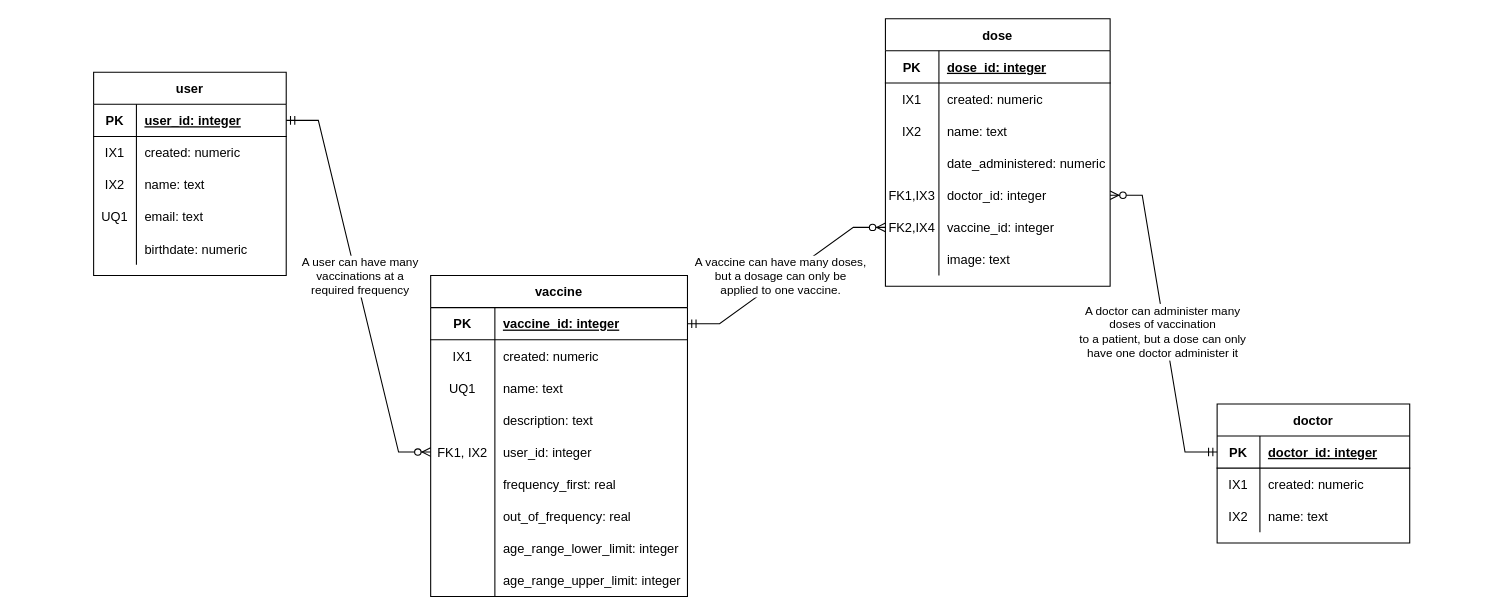
Earlier version of the draw.io diagram page "Version 5" (1 of 2) of docs/work/erd.drawio (ddc-java-14/vaccination-pocket-keeper). Source tidied: cells renumbered, new cells numbered last; positions are measured from the earlier drawing's top-left corner, leaving out a move shared by most shapes. Both pictures are drawn from the tidied source at 107%, with x=0, y=0 at pixel (93, 18).
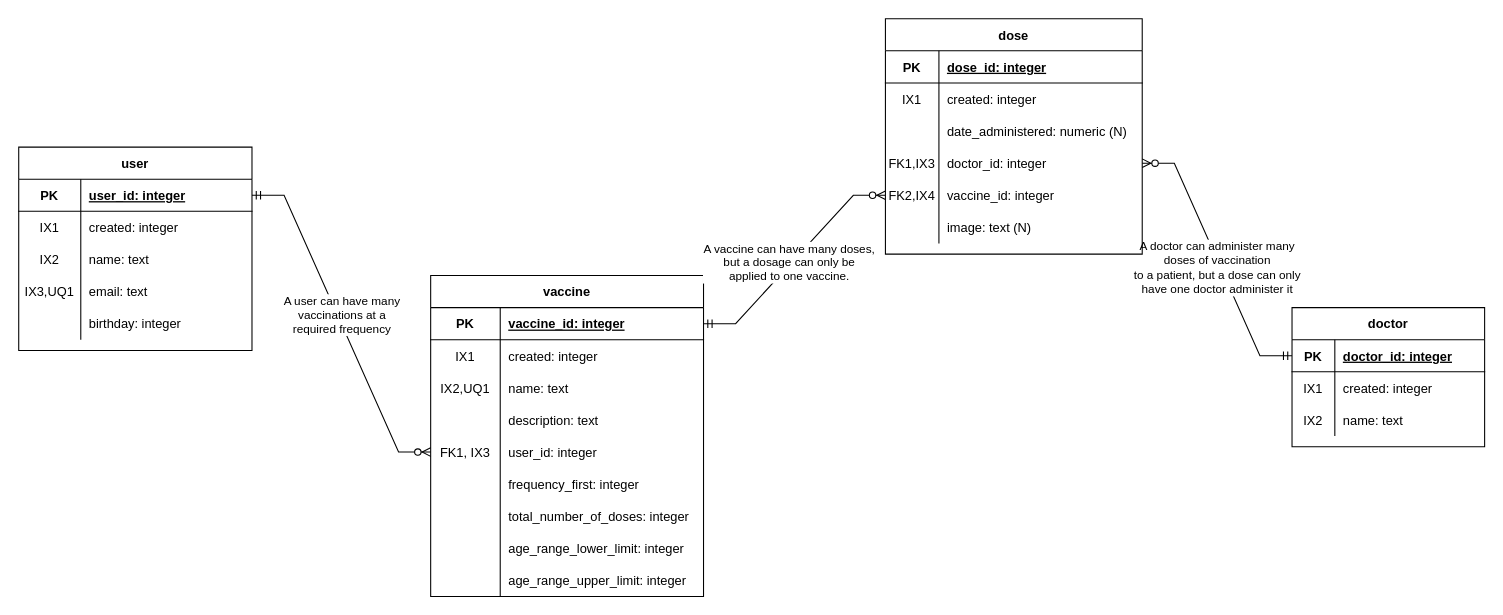
After the change.

Commit message (it also covers changes not shown here):
Updated ERD documentation to match Entities

The change refers to these unchanged cells:
```xml
<mxCell id="52" style="shape=partialRectangle;fillColor=none;top=0;left=0;bottom=0;right=0;" parent="48" vertex="1">
  <mxGeometry y="60" width="180" height="30" as="geometry" />
</mxCell>
```

Diff of the diagram source:
```diff
@@
     <mxCell id="2" value="user" style="shape=table;startSize=30;childLayout=tableLayout;rowLines=0;fontStyle=1;align=center;" parent="1" vertex="1">
-      <mxGeometry y="50" width="180" height="190" as="geometry" />
+      <mxGeometry x="-70" y="120" width="218" height="190" as="geometry" />
     </mxCell>
     <mxCell id="3" style="shape=partialRectangle;fillColor=none;top=0;left=0;bottom=1;right=0;points=[[0,0.5],[1,0.5]];portConstraint=eastwest;" parent="2" vertex="1">
-      <mxGeometry y="30" width="180" height="30" as="geometry" />
+      <mxGeometry y="30" width="218" height="30" as="geometry" />
     </mxCell>
     <mxCell id="4" value="PK" style="shape=partialRectangle;fillColor=none;top=0;left=0;bottom=0;right=0;fontStyle=1;overflow=hidden;" parent="3" vertex="1">
-      <mxGeometry width="40" height="30" as="geometry" />
+      <mxGeometry width="58" height="30" as="geometry" />
     </mxCell>
     <mxCell id="5" value="user_id: integer" style="shape=partialRectangle;fillColor=none;top=0;left=0;bottom=0;right=0;align=left;spacingLeft=6;fontStyle=5;overflow=hidden;" parent="3" vertex="1">
-      <mxGeometry x="40" width="140" height="30" as="geometry" />
+      <mxGeometry x="58" width="160" height="30" as="geometry" />
     </mxCell>
     <mxCell id="6" style="shape=partialRectangle;fillColor=none;top=0;left=0;bottom=0;right=0;" parent="2" vertex="1">
-      <mxGeometry y="60" width="180" height="30" as="geometry" />
+      <mxGeometry y="60" width="218" height="30" as="geometry" />
     </mxCell>
     <mxCell id="7" value="IX1" style="shape=partialRectangle;fillColor=none;top=0;left=0;bottom=0;right=0;overflow=hidden;" parent="6" vertex="1">
-      <mxGeometry width="40" height="30" as="geometry" />
+      <mxGeometry width="58" height="30" as="geometry" />
     </mxCell>
-    <mxCell id="8" value="created: numeric" style="shape=partialRectangle;fillColor=none;top=0;left=0;bottom=0;right=0;align=left;spacingLeft=6;overflow=hidden;" parent="6" vertex="1">
-      <mxGeometry x="40" width="140" height="30" as="geometry" />
+    <mxCell id="8" value="created: integer" style="shape=partialRectangle;fillColor=none;top=0;left=0;bottom=0;right=0;align=left;spacingLeft=6;overflow=hidden;" parent="6" vertex="1">
+      <mxGeometry x="58" width="160" height="30" as="geometry" />
     </mxCell>
     <mxCell id="9" style="shape=partialRectangle;fillColor=none;top=0;left=0;bottom=0;right=0;" parent="2" vertex="1">
-      <mxGeometry y="90" width="180" height="30" as="geometry" />
+      <mxGeometry y="90" width="218" height="30" as="geometry" />
     </mxCell>
     <mxCell id="10" value="IX2" style="shape=partialRectangle;fillColor=none;top=0;left=0;bottom=0;right=0;overflow=hidden;" parent="9" vertex="1">
-      <mxGeometry width="40" height="30" as="geometry" />
+      <mxGeometry width="58" height="30" as="geometry" />
     </mxCell>
     <mxCell id="11" value="name: text" style="shape=partialRectangle;fillColor=none;top=0;left=0;bottom=0;right=0;align=left;spacingLeft=6;overflow=hidden;" parent="9" vertex="1">
-      <mxGeometry x="40" width="140" height="30" as="geometry" />
+      <mxGeometry x="58" width="160" height="30" as="geometry" />
     </mxCell>
     <mxCell id="12" style="shape=partialRectangle;fillColor=none;top=0;left=0;bottom=0;right=0;" parent="2" vertex="1">
-      <mxGeometry y="120" width="180" height="30" as="geometry" />
+      <mxGeometry y="120" width="218" height="30" as="geometry" />
     </mxCell>
-    <mxCell id="13" value="UQ1" style="shape=partialRectangle;fillColor=none;top=0;left=0;bottom=0;right=0;overflow=hidden;" parent="12" vertex="1">
-      <mxGeometry width="40" height="30" as="geometry" />
+    <mxCell id="13" value="IX3,UQ1" style="shape=partialRectangle;fillColor=none;top=0;left=0;bottom=0;right=0;overflow=hidden;" parent="12" vertex="1">
+      <mxGeometry width="58" height="30" as="geometry" />
     </mxCell>
     <mxCell id="14" value="email: text" style="shape=partialRectangle;fillColor=none;top=0;left=0;bottom=0;right=0;align=left;spacingLeft=6;overflow=hidden;" parent="12" vertex="1">
-      <mxGeometry x="40" width="140" height="30" as="geometry" />
+      <mxGeometry x="58" width="160" height="30" as="geometry" />
     </mxCell>
     <mxCell id="15" style="shape=partialRectangle;fillColor=none;top=0;left=0;bottom=0;right=0;" parent="2" vertex="1">
-      <mxGeometry y="150" width="180" height="30" as="geometry" />
+      <mxGeometry y="150" width="218" height="30" as="geometry" />
     </mxCell>
     <mxCell id="16" style="shape=partialRectangle;fillColor=none;top=0;left=0;bottom=0;right=0;overflow=hidden;" parent="15" vertex="1">
-      <mxGeometry width="40" height="30" as="geometry" />
+      <mxGeometry width="58" height="30" as="geometry" />
     </mxCell>
-    <mxCell id="17" value="birthdate: numeric" style="shape=partialRectangle;fillColor=none;top=0;left=0;bottom=0;right=0;align=left;spacingLeft=6;overflow=hidden;" parent="15" vertex="1">
-      <mxGeometry x="40" width="140" height="30" as="geometry" />
+    <mxCell id="17" value="birthday: integer" style="shape=partialRectangle;fillColor=none;top=0;left=0;bottom=0;right=0;align=left;spacingLeft=6;overflow=hidden;" parent="15" vertex="1">
+      <mxGeometry x="58" width="160" height="30" as="geometry" />
     </mxCell>
     <mxCell id="18" value="vaccine" style="shape=table;startSize=30;childLayout=tableLayout;rowLines=0;fontStyle=1;align=center;" parent="1" vertex="1">
-      <mxGeometry x="315" y="240" width="240" height="300" as="geometry" />
+      <mxGeometry x="315" y="240" width="255" height="300" as="geometry" />
     </mxCell>
     <mxCell id="19" style="shape=partialRectangle;fillColor=none;top=0;left=0;bottom=1;right=0;points=[[0,0.5],[1,0.5]];portConstraint=eastwest;" parent="18" vertex="1">
-      <mxGeometry y="30" width="240" height="30" as="geometry" />
+      <mxGeometry y="30" width="255" height="30" as="geometry" />
     </mxCell>
     <mxCell id="20" value="PK" style="shape=partialRectangle;fillColor=none;top=0;left=0;bottom=0;right=0;fontStyle=1;overflow=hidden;" parent="19" vertex="1">
-      <mxGeometry width="60" height="30" as="geometry" />
+      <mxGeometry width="65" height="30" as="geometry" />
     </mxCell>
     <mxCell id="21" value="vaccine_id: integer" style="shape=partialRectangle;fillColor=none;top=0;left=0;bottom=0;right=0;align=left;spacingLeft=6;fontStyle=5;overflow=hidden;" parent="19" vertex="1">
-      <mxGeometry x="60" width="180" height="30" as="geometry" />
+      <mxGeometry x="65" width="190" height="30" as="geometry" />
     </mxCell>
     <mxCell id="22" style="shape=partialRectangle;fillColor=none;top=0;left=0;bottom=0;right=0;" parent="18" vertex="1">
-      <mxGeometry y="60" width="240" height="30" as="geometry" />
+      <mxGeometry y="60" width="255" height="30" as="geometry" />
     </mxCell>
     <mxCell id="23" value="IX1" style="shape=partialRectangle;fillColor=none;top=0;left=0;bottom=0;right=0;overflow=hidden;" parent="22" vertex="1">
-      <mxGeometry width="60" height="30" as="geometry" />
+      <mxGeometry width="65" height="30" as="geometry" />
     </mxCell>
-    <mxCell id="24" value="created: numeric" style="shape=partialRectangle;fillColor=none;top=0;left=0;bottom=0;right=0;align=left;spacingLeft=6;overflow=hidden;" parent="22" vertex="1">
-      <mxGeometry x="60" width="180" height="30" as="geometry" />
+    <mxCell id="24" value="created: integer" style="shape=partialRectangle;fillColor=none;top=0;left=0;bottom=0;right=0;align=left;spacingLeft=6;overflow=hidden;" parent="22" vertex="1">
+      <mxGeometry x="65" width="190" height="30" as="geometry" />
     </mxCell>
     <mxCell id="25" style="shape=partialRectangle;fillColor=none;top=0;left=0;bottom=0;right=0;" parent="18" vertex="1">
-      <mxGeometry y="90" width="240" height="30" as="geometry" />
+      <mxGeometry y="90" width="255" height="30" as="geometry" />
     </mxCell>
-    <mxCell id="26" value="UQ1" style="shape=partialRectangle;fillColor=none;top=0;left=0;bottom=0;right=0;overflow=hidden;" parent="25" vertex="1">
-      <mxGeometry width="60" height="30" as="geometry" />
+    <mxCell id="26" value="IX2,UQ1" style="shape=partialRectangle;fillColor=none;top=0;left=0;bottom=0;right=0;overflow=hidden;" parent="25" vertex="1">
+      <mxGeometry width="65" height="30" as="geometry" />
     </mxCell>
     <mxCell id="27" value="name: text" style="shape=partialRectangle;fillColor=none;top=0;left=0;bottom=0;right=0;align=left;spacingLeft=6;overflow=hidden;" parent="25" vertex="1">
-      <mxGeometry x="60" width="180" height="30" as="geometry" />
+      <mxGeometry x="65" width="190" height="30" as="geometry" />
     </mxCell>
     <mxCell id="28" style="shape=partialRectangle;fillColor=none;top=0;left=0;bottom=0;right=0;" parent="18" vertex="1">
-      <mxGeometry y="120" width="240" height="30" as="geometry" />
+      <mxGeometry y="120" width="255" height="30" as="geometry" />
     </mxCell>
     <mxCell id="29" style="shape=partialRectangle;fillColor=none;top=0;left=0;bottom=0;right=0;overflow=hidden;" parent="28" vertex="1">
-      <mxGeometry width="60" height="30" as="geometry" />
+      <mxGeometry width="65" height="30" as="geometry" />
     </mxCell>
     <mxCell id="30" value="description: text" style="shape=partialRectangle;fillColor=none;top=0;left=0;bottom=0;right=0;align=left;spacingLeft=6;overflow=hidden;" parent="28" vertex="1">
-      <mxGeometry x="60" width="180" height="30" as="geometry" />
+      <mxGeometry x="65" width="190" height="30" as="geometry" />
     </mxCell>
     <mxCell id="31" style="shape=partialRectangle;fillColor=none;top=0;left=0;bottom=0;right=0;points=[[0,0.5],[1,0.5]];portConstraint=eastwest;" parent="18" vertex="1">
-      <mxGeometry y="150" width="240" height="30" as="geometry" />
+      <mxGeometry y="150" width="255" height="30" as="geometry" />
     </mxCell>
-    <mxCell id="32" value="FK1, IX2" style="shape=partialRectangle;fillColor=none;top=0;left=0;bottom=0;right=0;overflow=hidden;" parent="31" vertex="1">
-      <mxGeometry width="60" height="30" as="geometry" />
+    <mxCell id="32" value="FK1, IX3" style="shape=partialRectangle;fillColor=none;top=0;left=0;bottom=0;right=0;overflow=hidden;" parent="31" vertex="1">
+      <mxGeometry width="65" height="30" as="geometry" />
     </mxCell>
     <mxCell id="33" value="user_id: integer" style="shape=partialRectangle;fillColor=none;top=0;left=0;bottom=0;right=0;align=left;spacingLeft=6;overflow=hidden;" parent="31" vertex="1">
-      <mxGeometry x="60" width="180" height="30" as="geometry" />
+      <mxGeometry x="65" width="190" height="30" as="geometry" />
     </mxCell>
     <mxCell id="34" style="shape=partialRectangle;fillColor=none;top=0;left=0;bottom=0;right=0;" parent="18" vertex="1">
-      <mxGeometry y="180" width="240" height="30" as="geometry" />
+      <mxGeometry y="180" width="255" height="30" as="geometry" />
     </mxCell>
     <mxCell id="35" style="shape=partialRectangle;fillColor=none;top=0;left=0;bottom=0;right=0;overflow=hidden;" parent="34" vertex="1">
-      <mxGeometry width="60" height="30" as="geometry" />
+      <mxGeometry width="65" height="30" as="geometry" />
     </mxCell>
-    <mxCell id="36" value="frequency_first: real" style="shape=partialRectangle;fillColor=none;top=0;left=0;bottom=0;right=0;align=left;spacingLeft=6;overflow=hidden;" parent="34" vertex="1">
-      <mxGeometry x="60" width="180" height="30" as="geometry" />
+    <mxCell id="36" value="frequency_first: integer" style="shape=partialRectangle;fillColor=none;top=0;left=0;bottom=0;right=0;align=left;spacingLeft=6;overflow=hidden;" parent="34" vertex="1">
+      <mxGeometry x="65" width="190" height="30" as="geometry" />
     </mxCell>
     <mxCell id="37" style="shape=partialRectangle;fillColor=none;top=0;left=0;bottom=0;right=0;" parent="18" vertex="1">
-      <mxGeometry y="210" width="240" height="30" as="geometry" />
+      <mxGeometry y="210" width="255" height="30" as="geometry" />
     </mxCell>
     <mxCell id="38" style="shape=partialRectangle;fillColor=none;top=0;left=0;bottom=0;right=0;overflow=hidden;" parent="37" vertex="1">
-      <mxGeometry width="60" height="30" as="geometry" />
+      <mxGeometry width="65" height="30" as="geometry" />
     </mxCell>
-    <mxCell id="39" value="out_of_frequency: real" style="shape=partialRectangle;fillColor=none;top=0;left=0;bottom=0;right=0;align=left;spacingLeft=6;overflow=hidden;" parent="37" vertex="1">
-      <mxGeometry x="60" width="180" height="30" as="geometry" />
+    <mxCell id="39" value="total_number_of_doses: integer" style="shape=partialRectangle;fillColor=none;top=0;left=0;bottom=0;right=0;align=left;spacingLeft=6;overflow=hidden;" parent="37" vertex="1">
+      <mxGeometry x="65" width="190" height="30" as="geometry" />
     </mxCell>
     <mxCell id="40" style="shape=partialRectangle;fillColor=none;top=0;left=0;bottom=0;right=0;" parent="18" vertex="1">
-      <mxGeometry y="240" width="240" height="30" as="geometry" />
+      <mxGeometry y="240" width="255" height="30" as="geometry" />
     </mxCell>
     <mxCell id="41" style="shape=partialRectangle;fillColor=none;top=0;left=0;bottom=0;right=0;overflow=hidden;" parent="40" vertex="1">
-      <mxGeometry width="60" height="30" as="geometry" />
+      <mxGeometry width="65" height="30" as="geometry" />
     </mxCell>
     <mxCell id="42" value="age_range_lower_limit: integer" style="shape=partialRectangle;fillColor=none;top=0;left=0;bottom=0;right=0;align=left;spacingLeft=6;overflow=hidden;" parent="40" vertex="1">
-      <mxGeometry x="60" width="180" height="30" as="geometry" />
+      <mxGeometry x="65" width="190" height="30" as="geometry" />
     </mxCell>
     <mxCell id="43" style="shape=partialRectangle;fillColor=none;top=0;left=0;bottom=0;right=0;" parent="18" vertex="1">
-      <mxGeometry y="270" width="240" height="30" as="geometry" />
+      <mxGeometry y="270" width="255" height="30" as="geometry" />
     </mxCell>
     <mxCell id="44" style="shape=partialRectangle;fillColor=none;top=0;left=0;bottom=0;right=0;overflow=hidden;" parent="43" vertex="1">
-      <mxGeometry width="60" height="30" as="geometry" />
+      <mxGeometry width="65" height="30" as="geometry" />
     </mxCell>
     <mxCell id="45" value="age_range_upper_limit: integer" style="shape=partialRectangle;fillColor=none;top=0;left=0;bottom=0;right=0;align=left;spacingLeft=6;overflow=hidden;" parent="43" vertex="1">
-      <mxGeometry x="60" width="180" height="30" as="geometry" />
+      <mxGeometry x="65" width="190" height="30" as="geometry" />
     </mxCell>
@@
     <mxCell id="48" value="doctor" style="shape=table;startSize=30;childLayout=tableLayout;rowLines=0;fontStyle=1;align=center;" parent="1" vertex="1">
-      <mxGeometry x="1050" y="360" width="180" height="130" as="geometry" />
+      <mxGeometry x="1120" y="270" width="180" height="130" as="geometry" />
     </mxCell>
@@
-    <mxCell id="54" value="created: numeric" style="shape=partialRectangle;fillColor=none;top=0;left=0;bottom=0;right=0;align=left;spacingLeft=6;overflow=hidden;" parent="52" vertex="1">
+    <mxCell id="54" value="created: integer" style="shape=partialRectangle;fillColor=none;top=0;left=0;bottom=0;right=0;align=left;spacingLeft=6;overflow=hidden;" parent="52" vertex="1">
       <mxGeometry x="40" width="140" height="30" as="geometry" />
     </mxCell>
@@
     <mxCell id="60" value="dose" style="shape=table;startSize=30;childLayout=tableLayout;rowLines=0;fontStyle=1;align=center;" parent="1" vertex="1">
-      <mxGeometry x="740" width="210" height="250" as="geometry" />
+      <mxGeometry x="740" width="240" height="220" as="geometry" />
     </mxCell>
     <mxCell id="61" style="shape=partialRectangle;fillColor=none;top=0;left=0;bottom=1;right=0;" parent="60" vertex="1">
-      <mxGeometry y="30" width="210" height="30" as="geometry" />
+      <mxGeometry y="30" width="240" height="30" as="geometry" />
     </mxCell>
@@
     <mxCell id="63" value="dose_id: integer" style="shape=partialRectangle;fillColor=none;top=0;left=0;bottom=0;right=0;align=left;spacingLeft=6;fontStyle=5;overflow=hidden;" parent="61" vertex="1">
-      <mxGeometry x="50" width="160" height="30" as="geometry" />
+      <mxGeometry x="50" width="190" height="30" as="geometry" />
     </mxCell>
     <mxCell id="64" style="shape=partialRectangle;fillColor=none;top=0;left=0;bottom=0;right=0;" parent="60" vertex="1">
-      <mxGeometry y="60" width="210" height="30" as="geometry" />
+      <mxGeometry y="60" width="240" height="30" as="geometry" />
     </mxCell>
@@
-    <mxCell id="66" value="created: numeric" style="shape=partialRectangle;fillColor=none;top=0;left=0;bottom=0;right=0;align=left;spacingLeft=6;overflow=hidden;" parent="64" vertex="1">
-      <mxGeometry x="50" width="160" height="30" as="geometry" />
+    <mxCell id="66" value="created: integer" style="shape=partialRectangle;fillColor=none;top=0;left=0;bottom=0;right=0;align=left;spacingLeft=6;overflow=hidden;" parent="64" vertex="1">
+      <mxGeometry x="50" width="190" height="30" as="geometry" />
     </mxCell>
-    <mxCell id="67" style="shape=partialRectangle;fillColor=none;top=0;left=0;bottom=0;right=0;" parent="60" vertex="1">
-      <mxGeometry y="90" width="210" height="30" as="geometry" />
-    </mxCell>
-    <mxCell id="68" value="IX2" style="shape=partialRectangle;fillColor=none;top=0;left=0;bottom=0;right=0;overflow=hidden;" parent="67" vertex="1">
-      <mxGeometry width="50" height="30" as="geometry" />
-    </mxCell>
-    <mxCell id="69" value="name: text" style="shape=partialRectangle;fillColor=none;top=0;left=0;bottom=0;right=0;align=left;spacingLeft=6;overflow=hidden;" parent="67" vertex="1">
-      <mxGeometry x="50" width="160" height="30" as="geometry" />
-    </mxCell>
     <mxCell id="70" style="shape=partialRectangle;fillColor=none;top=0;left=0;bottom=0;right=0;" parent="60" vertex="1">
-      <mxGeometry y="120" width="210" height="30" as="geometry" />
+      <mxGeometry y="90" width="240" height="30" as="geometry" />
     </mxCell>
@@
-    <mxCell id="72" value="date_administered: numeric" style="shape=partialRectangle;fillColor=none;top=0;left=0;bottom=0;right=0;align=left;spacingLeft=6;overflow=hidden;" parent="70" vertex="1">
-      <mxGeometry x="50" width="160" height="30" as="geometry" />
+    <mxCell id="72" value="date_administered: numeric (N)" style="shape=partialRectangle;fillColor=none;top=0;left=0;bottom=0;right=0;align=left;spacingLeft=6;overflow=hidden;" parent="70" vertex="1">
+      <mxGeometry x="50" width="190" height="30" as="geometry" />
     </mxCell>
     <mxCell id="73" style="shape=partialRectangle;fillColor=none;top=0;left=0;bottom=0;right=0;points=[[0,0.5],[1,0.5]];portConstraint=eastwest;" parent="60" vertex="1">
-      <mxGeometry y="150" width="210" height="30" as="geometry" />
+      <mxGeometry y="120" width="240" height="30" as="geometry" />
     </mxCell>
@@
     <mxCell id="75" value="doctor_id: integer" style="shape=partialRectangle;fillColor=none;top=0;left=0;bottom=0;right=0;align=left;spacingLeft=6;overflow=hidden;" parent="73" vertex="1">
-      <mxGeometry x="50" width="160" height="30" as="geometry" />
+      <mxGeometry x="50" width="190" height="30" as="geometry" />
     </mxCell>
     <mxCell id="76" style="shape=partialRectangle;fillColor=none;top=0;left=0;bottom=0;right=0;points=[[0,0.5],[1,0.5]];portConstraint=eastwest;" parent="60" vertex="1">
-      <mxGeometry y="180" width="210" height="30" as="geometry" />
+      <mxGeometry y="150" width="240" height="30" as="geometry" />
     </mxCell>
@@
     <mxCell id="78" value="vaccine_id: integer" style="shape=partialRectangle;fillColor=none;top=0;left=0;bottom=0;right=0;align=left;spacingLeft=6;overflow=hidden;" parent="76" vertex="1">
-      <mxGeometry x="50" width="160" height="30" as="geometry" />
+      <mxGeometry x="50" width="190" height="30" as="geometry" />
     </mxCell>
     <mxCell id="79" style="shape=partialRectangle;fillColor=none;top=0;left=0;bottom=0;right=0;" parent="60" vertex="1">
-      <mxGeometry y="210" width="210" height="30" as="geometry" />
+      <mxGeometry y="180" width="240" height="30" as="geometry" />
     </mxCell>
@@
-    <mxCell id="81" value="image: text" style="shape=partialRectangle;fillColor=none;top=0;left=0;bottom=0;right=0;align=left;spacingLeft=6;overflow=hidden;" parent="79" vertex="1">
-      <mxGeometry x="50" width="160" height="30" as="geometry" />
+    <mxCell id="81" value="image: text (N)" style="shape=partialRectangle;fillColor=none;top=0;left=0;bottom=0;right=0;align=left;spacingLeft=6;overflow=hidden;" parent="79" vertex="1">
+      <mxGeometry x="50" width="190" height="30" as="geometry" />
     </mxCell>
```
